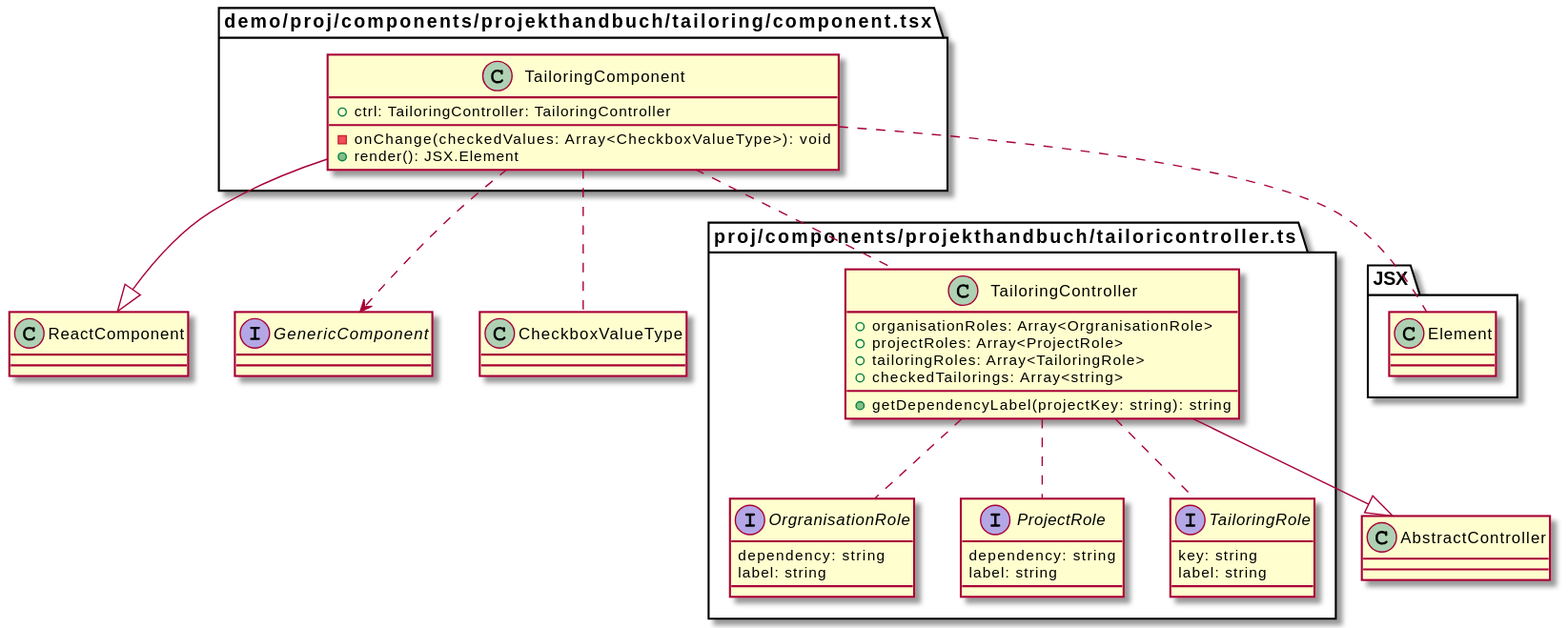
Above: client/src/components/projekthandbuch/tailoring/dipa-projektassistent.tailoring-component.architecture.svg in DiPA-Projekt/projektassistent (PlantUML), before the change.
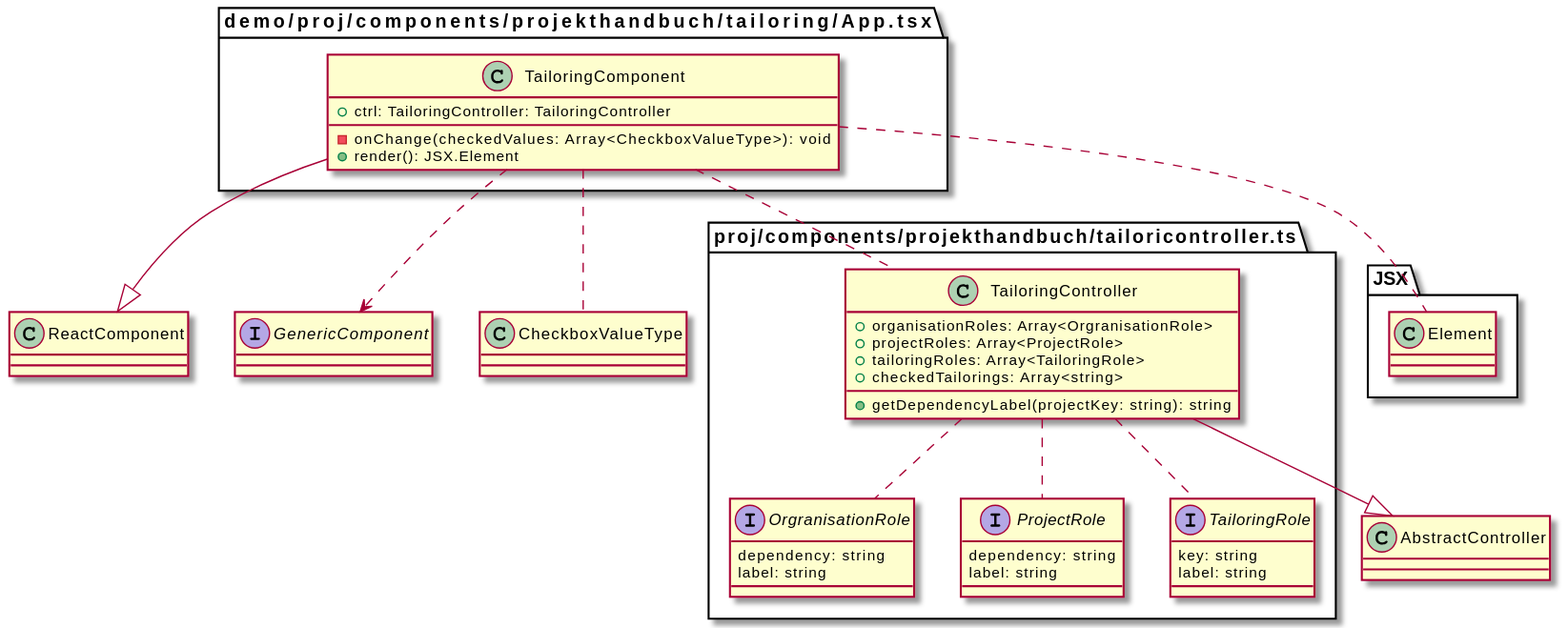
The same file after the commit.

The edit, as a diff of the source:
```diff
@@ -1,5 +1,5 @@
 @startuml
-package demo/proj/components/projekthandbuch/tailoring/component.tsx {
+package demo/proj/components/projekthandbuch/tailoring/App.tsx {
 class TailoringComponent {
 +ctrl: TailoringController: TailoringController
 -onChange(checkedValues: Array<CheckboxValueType>): void
```
